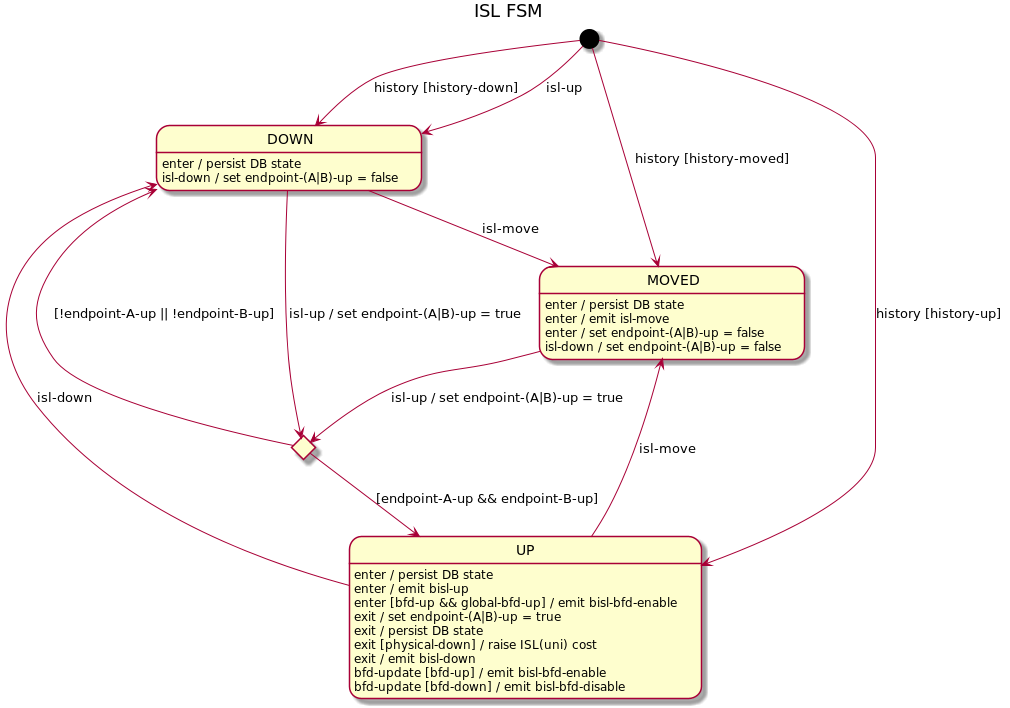
telstra/open-kilda keeps this PlantUML diagram as docs/design/network-discovery/ISL-FSM.png. Above is the earlier version.
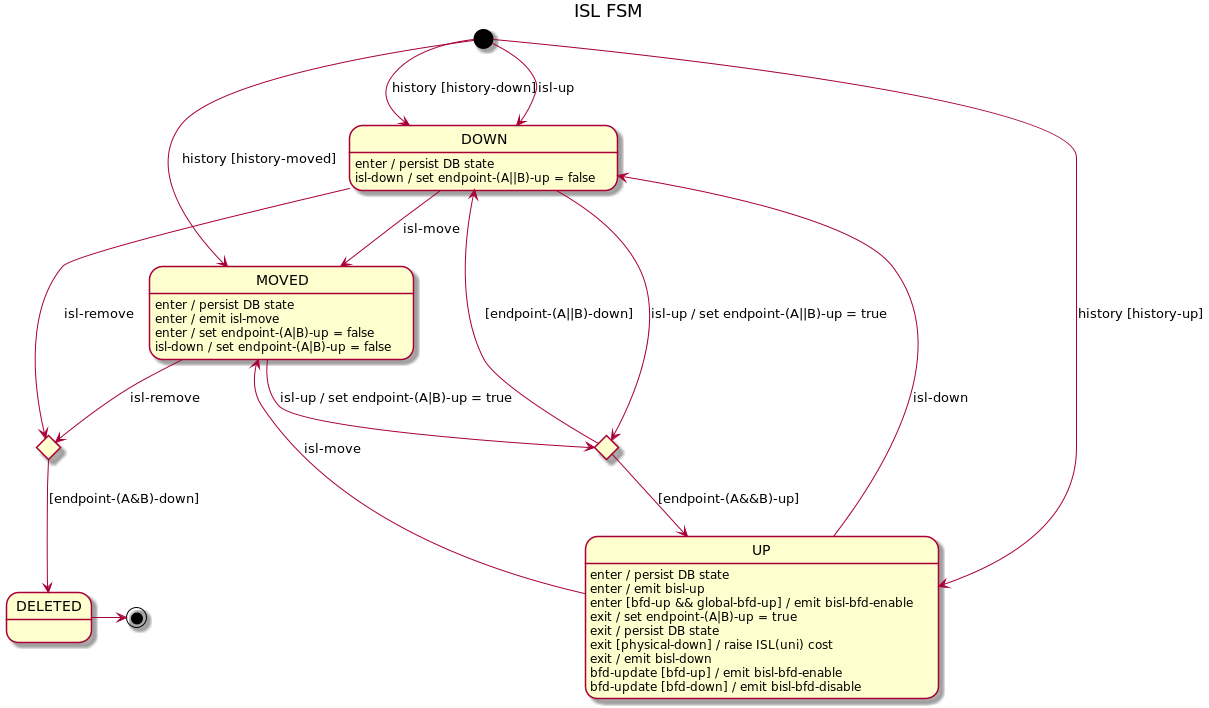
Above is the later version.

What changed in the source:
```diff
@@ -7,14 +7,17 @@
 [*] --> MOVED : history [history-moved]
 
 state upAttempt <<choice>>
+state deleteAttempt <<choice>>
+deleteAttempt --> DELETED : [endpoint-(A&B)-down]
 
-DOWN --> upAttempt : isl-up / set endpoint-(A|B)-up = true
+DOWN --> upAttempt : isl-up / set endpoint-(A||B)-up = true
 DOWN --> MOVED : isl-move
 DOWN : enter / persist DB state
-DOWN : isl-down / set endpoint-(A|B)-up = false
+DOWN : isl-down / set endpoint-(A||B)-up = false
+DOWN -> deleteAttempt : isl-remove
 
-upAttempt --> UP : [endpoint-A-up && endpoint-B-up]
-upAttempt --> DOWN : [!endpoint-A-up || !endpoint-B-up]
+upAttempt --> UP : [endpoint-(A&&B)-up]
+upAttempt --> DOWN : [endpoint-(A||B)-down]
 
 UP --> DOWN : isl-down
 UP --> MOVED : isl-move
@@ -29,9 +32,11 @@
 UP : bfd-update [bfd-down] / emit bisl-bfd-disable
 
 MOVED --> upAttempt : isl-up / set endpoint-(A|B)-up = true
+MOVED --> deleteAttempt : isl-remove
 MOVED : enter / persist DB state
 MOVED : enter / emit isl-move
 MOVED : enter / set endpoint-(A|B)-up = false
 MOVED : isl-down / set endpoint-(A|B)-up = false
 
+DELETED -> [*]
 @enduml
```
